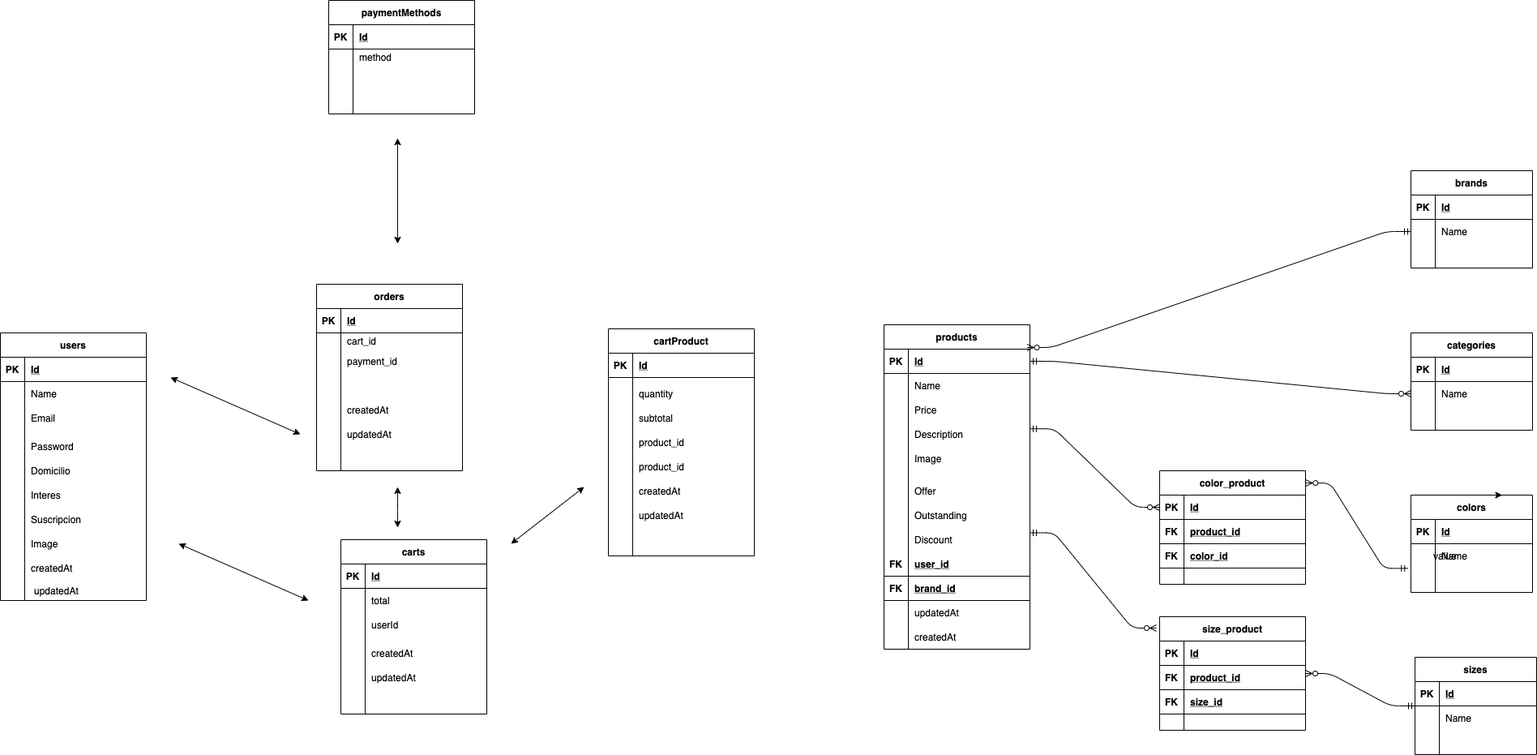
Above: database/diagrams/diagrama.png in verteramofederico/eMarket-fullstack-mysql-node-react (draw.io), before the change. Source tidied: cells renumbered, new cells last; positions are measured from the earlier drawing's top-left corner, leaving out a move shared by most shapes.
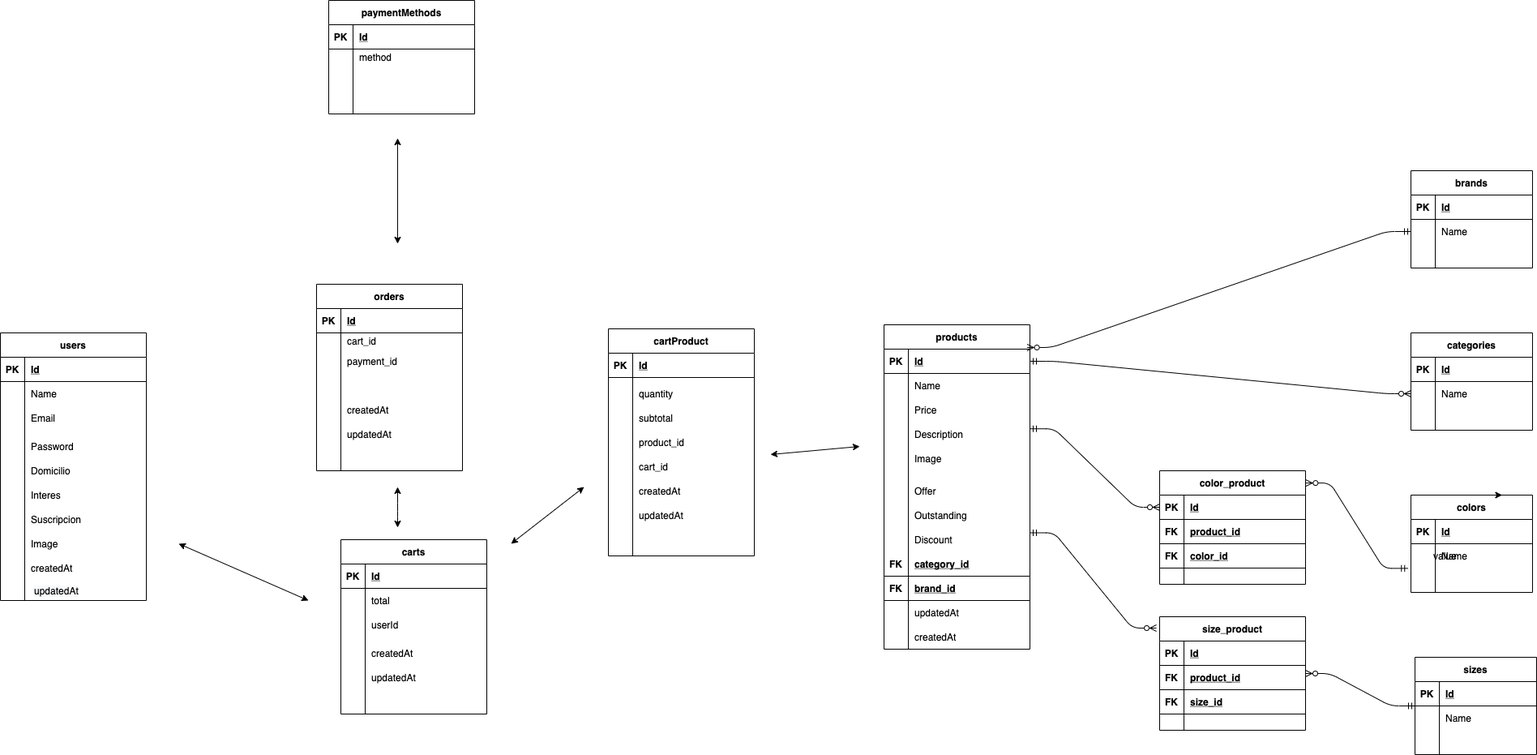
The same diagram one commit later.

Diff of the diagram source:
```diff
@@ -375,7 +375,7 @@
     <mxCell id="124" value="FK" style="shape=partialRectangle;fillColor=none;top=0;left=0;bottom=0;right=0;fontStyle=1;overflow=hidden;" parent="123" vertex="1">
       <mxGeometry width="30" height="30" as="geometry" />
     </mxCell>
-    <mxCell id="125" value="user_id" style="shape=partialRectangle;fillColor=none;top=0;left=0;bottom=0;right=0;align=left;spacingLeft=6;fontStyle=5;overflow=hidden;" parent="123" vertex="1">
+    <mxCell id="125" value="category_id" style="shape=partialRectangle;fillColor=none;top=0;left=0;bottom=0;right=0;align=left;spacingLeft=6;fontStyle=5;overflow=hidden;" parent="123" vertex="1">
       <mxGeometry x="30" width="150" height="30" as="geometry" />
     </mxCell>
     <mxCell id="126" style="shape=partialRectangle;fillColor=none;top=0;left=0;bottom=1;right=0;" parent="1" vertex="1">
@@ -510,7 +510,7 @@
     <mxCell id="169" value="product_id" style="shape=partialRectangle;fillColor=none;top=0;left=0;bottom=0;right=0;align=left;spacingLeft=6;overflow=hidden;" parent="1" vertex="1">
       <mxGeometry x="780" y="530" width="150" height="30" as="geometry" />
     </mxCell>
-    <mxCell id="170" value="product_id" style="shape=partialRectangle;fillColor=none;top=0;left=0;bottom=0;right=0;align=left;spacingLeft=6;overflow=hidden;" parent="1" vertex="1">
+    <mxCell id="170" value="cart_id" style="shape=partialRectangle;fillColor=none;top=0;left=0;bottom=0;right=0;align=left;spacingLeft=6;overflow=hidden;" parent="1" vertex="1">
       <mxGeometry x="780" y="560" width="150" height="30" as="geometry" />
     </mxCell>
     <mxCell id="171" value="quantity" style="shape=partialRectangle;fillColor=none;top=0;left=0;bottom=0;right=0;align=left;spacingLeft=6;overflow=hidden;" parent="1" vertex="1">
@@ -558,12 +558,6 @@
         <mxPoint x="220" y="670" as="targetPoint" />
       </mxGeometry>
     </mxCell>
-    <mxCell id="185" style="endArrow=classic;startArrow=classic;html=1;" parent="1" edge="1">
-      <mxGeometry relative="1" as="geometry">
-        <mxPoint x="370" y="535" as="sourcePoint" />
-        <mxPoint x="210" y="465" as="targetPoint" />
-      </mxGeometry>
-    </mxCell>
     <mxCell id="186" style="endArrow=classic;startArrow=classic;html=1;" parent="1" edge="1">
       <mxGeometry relative="1" as="geometry">
         <mxPoint x="720" y="600" as="sourcePoint" />
@@ -624,5 +618,14 @@
         <mxPoint x="490" y="170" as="targetPoint" />
       </mxGeometry>
     </mxCell>
+    <mxCell id="202" style="shape=partialRectangle;fillColor=none;top=0;left=0;bottom=0;right=0;align=left;spacingLeft=6;overflow=hidden;" parent="1" vertex="1">
+      <mxGeometry x="435" y="90" width="150" height="20" as="geometry" />
+    </mxCell>
+    <mxCell id="203" style="endArrow=classic;startArrow=classic;html=1;" parent="1" edge="1">
+      <mxGeometry relative="1" as="geometry">
+        <mxPoint x="950" y="560" as="sourcePoint" />
+        <mxPoint x="1060" y="550" as="targetPoint" />
+      </mxGeometry>
+    </mxCell>
   </root>
 </mxGraphModel>
```
